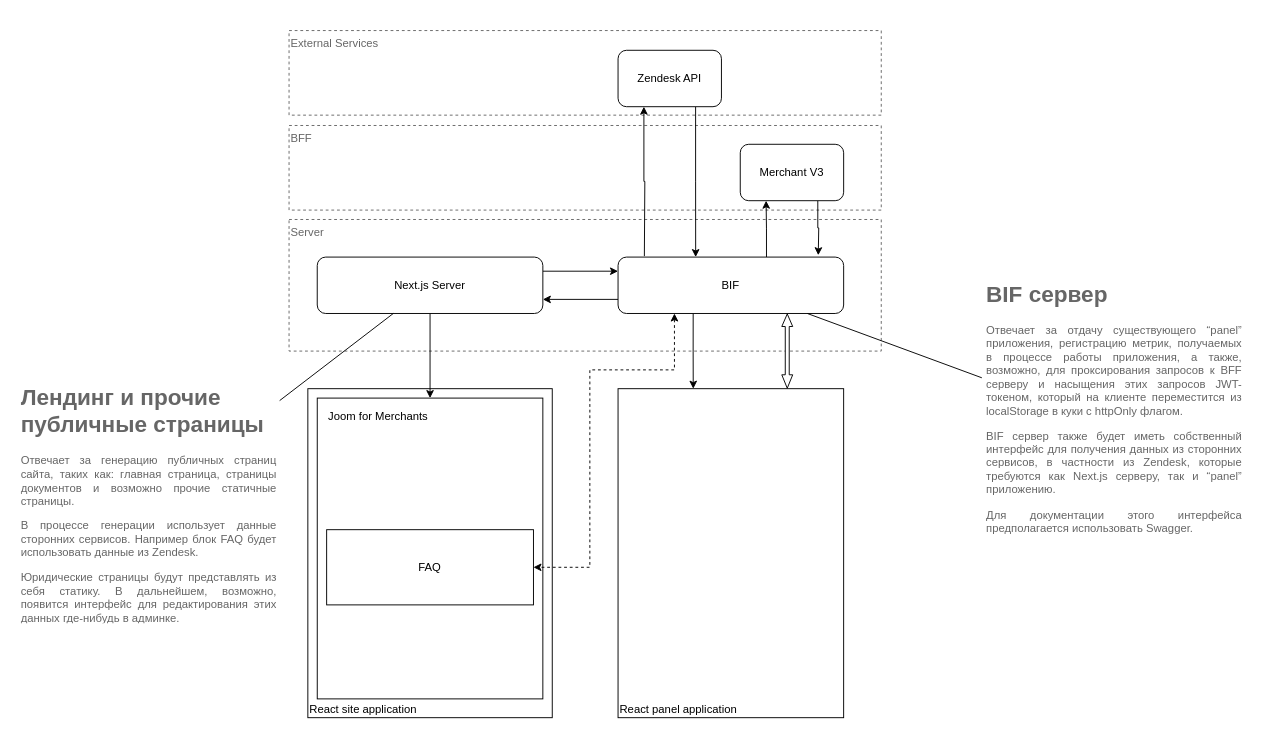
Above: merchant-site.drawio in ajile/draw-io (draw.io), before the change. Source tidied: cells renumbered, new cells numbered last; positions are measured from the earlier drawing's top-left corner, leaving out a move shared by most shapes. Both pictures are drawn from the tidied source at 94%, with x=0, y=0 at pixel (16, 30).
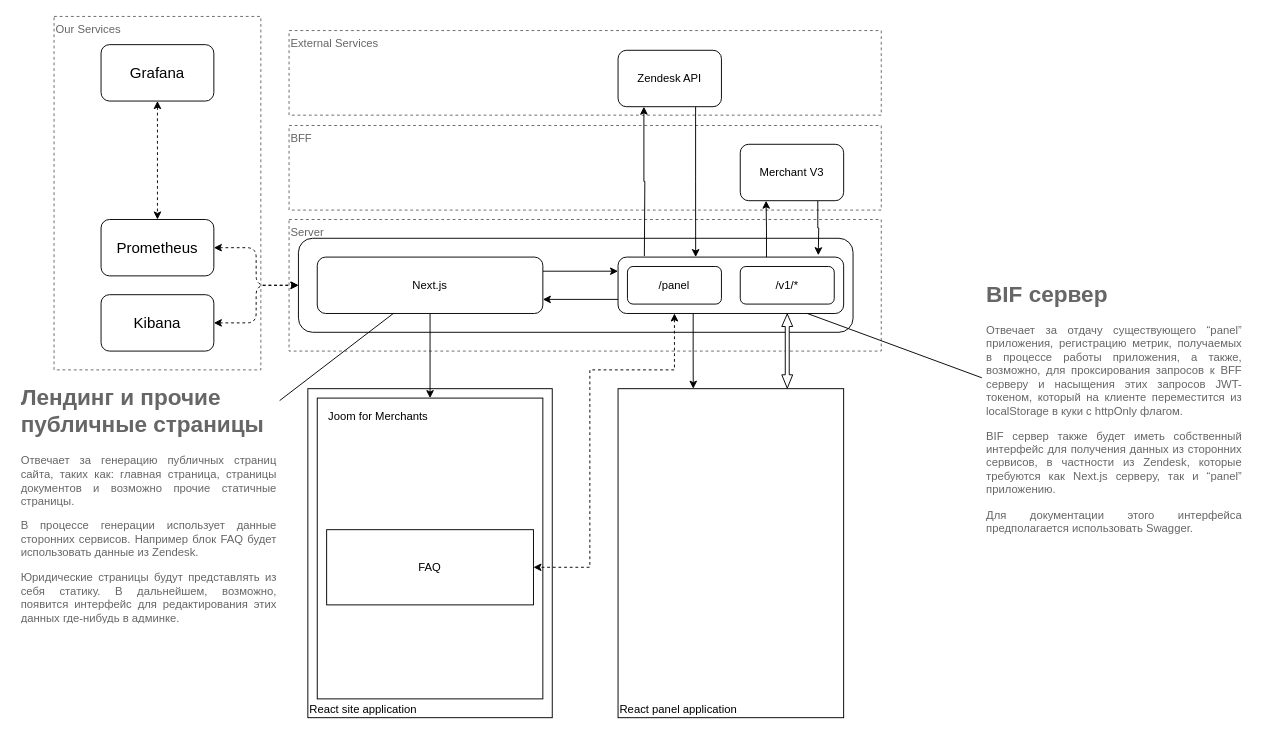
Above is the later version.

Change to the diagram source:
```diff
@@
+    <mxCell id="28" value="Our Services" style="rounded=0;whiteSpace=wrap;html=1;align=left;verticalAlign=top;fontColor=#666666;strokeColor=#666666;dashed=1;" parent="1" vertex="1">
+      <mxGeometry x="40" y="-15" width="220" height="376" as="geometry" />
+    </mxCell>
+    <mxCell id="4" value="Server" style="rounded=0;whiteSpace=wrap;html=1;align=left;verticalAlign=top;fontColor=#666666;strokeColor=#666666;dashed=1;" parent="1" vertex="1">
+      <mxGeometry x="290" y="201" width="630" height="140" as="geometry" />
+    </mxCell>
+    <mxCell id="29" style="rounded=1;whiteSpace=wrap;html=1;align=center;" parent="1" vertex="1">
+      <mxGeometry x="300" y="221" width="590" height="100" as="geometry" />
+    </mxCell>
@@
-    <mxCell id="4" value="Server" style="rounded=0;whiteSpace=wrap;html=1;align=left;verticalAlign=top;fontColor=#666666;strokeColor=#666666;dashed=1;" parent="1" vertex="1">
-      <mxGeometry x="290" y="201" width="630" height="140" as="geometry" />
-    </mxCell>
@@
-    <mxCell id="11" value="Next.js Server" style="rounded=1;whiteSpace=wrap;html=1;align=center;" parent="1" vertex="1">
+    <mxCell id="11" value="Next.js" style="rounded=1;whiteSpace=wrap;html=1;align=center;" parent="1" vertex="1">
       <mxGeometry x="320" y="241" width="240" height="60" as="geometry" />
     </mxCell>
@@
-    <mxCell id="17" value="BIF" style="rounded=1;whiteSpace=wrap;html=1;align=center;" parent="1" vertex="1">
+    <mxCell id="17" style="rounded=1;whiteSpace=wrap;html=1;align=center;" parent="1" vertex="1">
       <mxGeometry x="640" y="241" width="240" height="60" as="geometry" />
     </mxCell>
@@
+    <mxCell id="30" value="/panel" style="rounded=1;whiteSpace=wrap;html=1;align=center;" parent="1" vertex="1">
+      <mxGeometry x="650" y="251" width="100" height="40" as="geometry" />
+    </mxCell>
+    <mxCell id="31" value="/v1/*" style="rounded=1;whiteSpace=wrap;html=1;align=center;" parent="1" vertex="1">
+      <mxGeometry x="770" y="251" width="100" height="40" as="geometry" />
+    </mxCell>
+    <mxCell id="32" value="Kibana" style="rounded=1;whiteSpace=wrap;html=1;fontSize=16;" parent="1" vertex="1">
+      <mxGeometry x="90" y="281" width="120" height="60" as="geometry" />
+    </mxCell>
+    <mxCell id="33" style="endArrow=classic;startArrow=classic;html=1;fontSize=16;exitX=1;exitY=0.5;exitDx=0;exitDy=0;entryX=0;entryY=0.5;entryDx=0;entryDy=0;dashed=1;edgeStyle=orthogonalEdgeStyle;" parent="1" edge="1" source="32" target="29">
+      <mxGeometry relative="1" as="geometry" />
+    </mxCell>
+    <mxCell id="34" value="Prometheus" style="rounded=1;whiteSpace=wrap;html=1;fontSize=16;" parent="1" vertex="1">
+      <mxGeometry x="90" y="201" width="120" height="60" as="geometry" />
+    </mxCell>
+    <mxCell id="35" style="endArrow=classic;startArrow=classic;html=1;fontSize=16;exitX=1;exitY=0.5;exitDx=0;exitDy=0;dashed=1;edgeStyle=orthogonalEdgeStyle;entryX=0;entryY=0.5;entryDx=0;entryDy=0;" parent="1" edge="1" source="34" target="29">
+      <mxGeometry relative="1" as="geometry" />
+    </mxCell>
+    <mxCell id="36" style="edgeStyle=orthogonalEdgeStyle;rounded=0;jettySize=auto;html=1;dashed=1;fontSize=16;strokeColor=#000000;startArrow=classic;startFill=1;" parent="1" edge="1" source="37" target="34">
+      <mxGeometry relative="1" as="geometry" />
+    </mxCell>
+    <mxCell id="37" value="Grafana" style="rounded=1;whiteSpace=wrap;html=1;fontSize=16;" parent="1" vertex="1">
+      <mxGeometry x="90" y="15" width="120" height="60" as="geometry" />
+    </mxCell>
```
